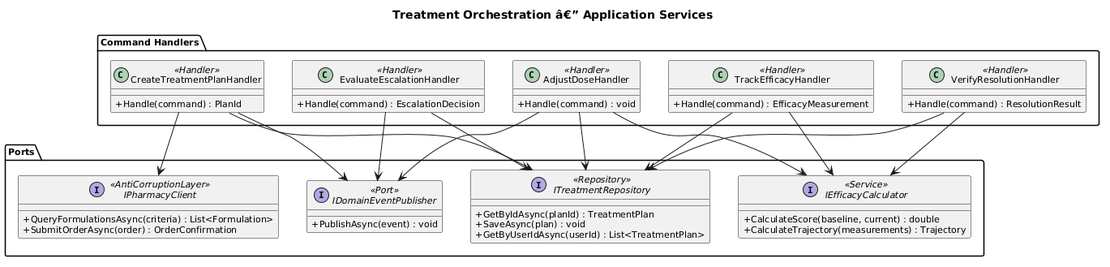
Above: docs/detailed-design/07-treatment-orchestration/class-application-services.png in QuinntyneBrown/ClearEyeQ (PlantUML), before the change. Its diagram source:
```plantuml
@startuml
title Treatment Orchestration â€” Application Services

skinparam classAttributeIconSize 0
skinparam defaultFontSize 11

package "Command Handlers" {

    class CreateTreatmentPlanHandler <<Handler>> {
        +Handle(command) : PlanId
    }

    class AdjustDoseHandler <<Handler>> {
        +Handle(command) : void
    }

    class TrackEfficacyHandler <<Handler>> {
        +Handle(command) : EfficacyMeasurement
    }

    class EvaluateEscalationHandler <<Handler>> {
        +Handle(command) : EscalationDecision
    }

    class VerifyResolutionHandler <<Handler>> {
        +Handle(command) : ResolutionResult
    }
}

package "Ports" {

    interface ITreatmentRepository <<Repository>> {
        +GetByIdAsync(planId) : TreatmentPlan
        +SaveAsync(plan) : void
        +GetByUserIdAsync(userId) : List<TreatmentPlan>
    }

    interface IEfficacyCalculator <<Service>> {
        +CalculateScore(baseline, current) : double
        +CalculateTrajectory(measurements) : Trajectory
    }

    interface IPharmacyClient <<AntiCorruptionLayer>> {
        +QueryFormulationsAsync(criteria) : List<Formulation>
        +SubmitOrderAsync(order) : OrderConfirmation
    }

    interface IDomainEventPublisher <<Port>> {
        +PublishAsync(event) : void
    }
}

CreateTreatmentPlanHandler --> ITreatmentRepository
CreateTreatmentPlanHandler --> IPharmacyClient
CreateTreatmentPlanHandler --> IDomainEventPublisher

AdjustDoseHandler --> ITreatmentRepository
AdjustDoseHandler --> IEfficacyCalculator
AdjustDoseHandler --> IDomainEventPublisher

TrackEfficacyHandler --> ITreatmentRepository
TrackEfficacyHandler --> IEfficacyCalculator

EvaluateEscalationHandler --> ITreatmentRepository
EvaluateEscalationHandler --> IDomainEventPublisher

VerifyResolutionHandler --> ITreatmentRepository
VerifyResolutionHandler --> IEfficacyCalculator
@enduml
```
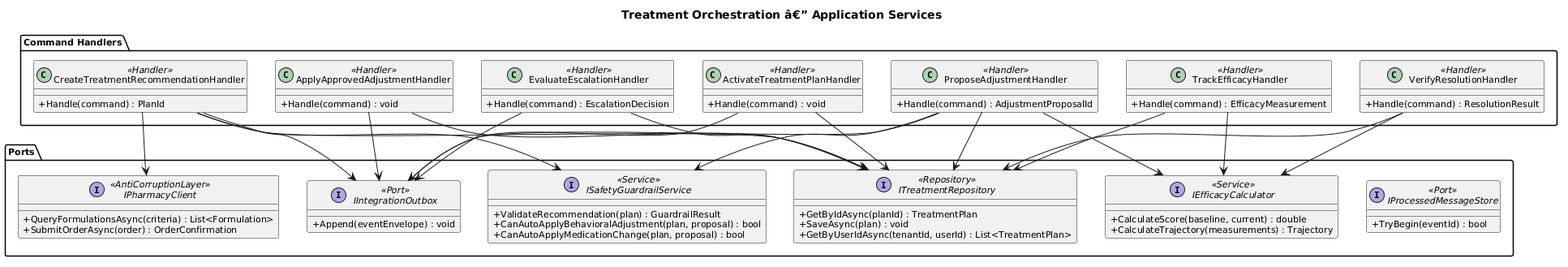
After the commit.

The edit, as a diff of the source:
```diff
@@ -6,16 +6,24 @@
 
 package "Command Handlers" {
 
-    class CreateTreatmentPlanHandler <<Handler>> {
+    class CreateTreatmentRecommendationHandler <<Handler>> {
         +Handle(command) : PlanId
     }
 
-    class AdjustDoseHandler <<Handler>> {
+    class ActivateTreatmentPlanHandler <<Handler>> {
         +Handle(command) : void
     }
 
     class TrackEfficacyHandler <<Handler>> {
         +Handle(command) : EfficacyMeasurement
+    }
+
+    class ProposeAdjustmentHandler <<Handler>> {
+        +Handle(command) : AdjustmentProposalId
+    }
+
+    class ApplyApprovedAdjustmentHandler <<Handler>> {
+        +Handle(command) : void
     }
 
     class EvaluateEscalationHandler <<Handler>> {
@@ -32,7 +40,7 @@
     interface ITreatmentRepository <<Repository>> {
         +GetByIdAsync(planId) : TreatmentPlan
         +SaveAsync(plan) : void
-        +GetByUserIdAsync(userId) : List<TreatmentPlan>
+        +GetByUserIdAsync(tenantId, userId) : List<TreatmentPlan>
     }
 
     interface IEfficacyCalculator <<Service>> {
@@ -45,24 +53,41 @@
         +SubmitOrderAsync(order) : OrderConfirmation
     }
 
-    interface IDomainEventPublisher <<Port>> {
-        +PublishAsync(event) : void
+    interface ISafetyGuardrailService <<Service>> {
+        +ValidateRecommendation(plan) : GuardrailResult
+        +CanAutoApplyBehavioralAdjustment(plan, proposal) : bool
+        +CanAutoApplyMedicationChange(plan, proposal) : bool
+    }
+
+    interface IIntegrationOutbox <<Port>> {
+        +Append(eventEnvelope) : void
+    }
+
+    interface IProcessedMessageStore <<Port>> {
+        +TryBegin(eventId) : bool
     }
 }
 
-CreateTreatmentPlanHandler --> ITreatmentRepository
-CreateTreatmentPlanHandler --> IPharmacyClient
-CreateTreatmentPlanHandler --> IDomainEventPublisher
-
-AdjustDoseHandler --> ITreatmentRepository
-AdjustDoseHandler --> IEfficacyCalculator
-AdjustDoseHandler --> IDomainEventPublisher
+CreateTreatmentRecommendationHandler --> ITreatmentRepository
+CreateTreatmentRecommendationHandler --> IPharmacyClient
+CreateTreatmentRecommendationHandler --> ISafetyGuardrailService
+CreateTreatmentRecommendationHandler --> IIntegrationOutbox
+ActivateTreatmentPlanHandler --> ITreatmentRepository
+ActivateTreatmentPlanHandler --> IIntegrationOutbox
 
 TrackEfficacyHandler --> ITreatmentRepository
 TrackEfficacyHandler --> IEfficacyCalculator
 
+ProposeAdjustmentHandler --> ITreatmentRepository
+ProposeAdjustmentHandler --> IEfficacyCalculator
+ProposeAdjustmentHandler --> ISafetyGuardrailService
+ProposeAdjustmentHandler --> IIntegrationOutbox
+
+ApplyApprovedAdjustmentHandler --> ITreatmentRepository
+ApplyApprovedAdjustmentHandler --> IIntegrationOutbox
+
 EvaluateEscalationHandler --> ITreatmentRepository
-EvaluateEscalationHandler --> IDomainEventPublisher
+EvaluateEscalationHandler --> IIntegrationOutbox
 
 VerifyResolutionHandler --> ITreatmentRepository
 VerifyResolutionHandler --> IEfficacyCalculator
```
